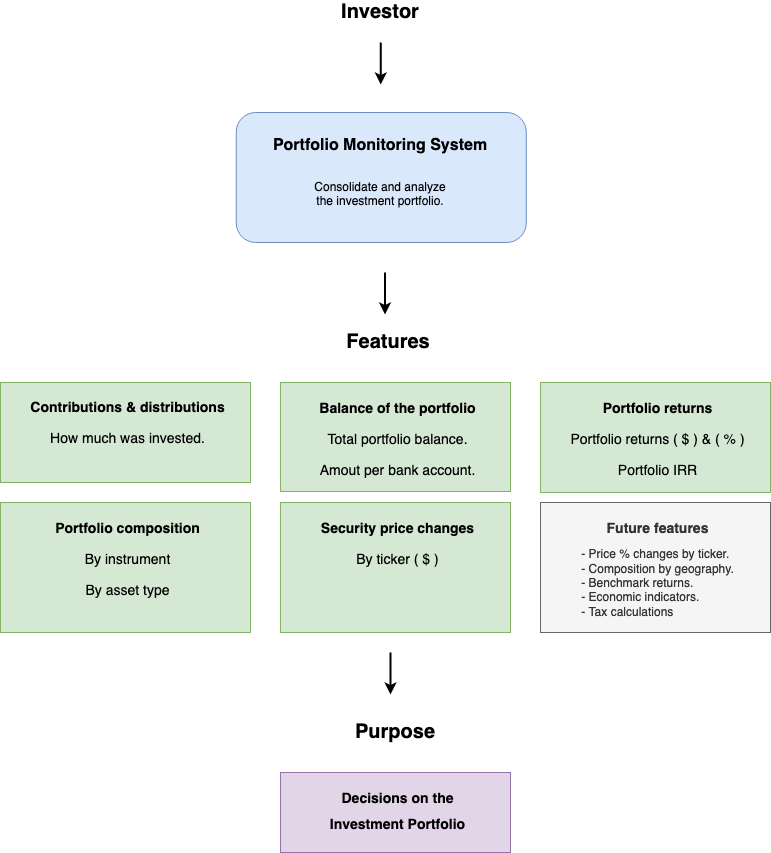
portfedh/portfolio_grafana keeps this draw.io diagram as system_design_charts/system_design_chart-SystemLevel.png. Above is the earlier version. Source tidied: cells renumbered, new cells last; positions are measured from the earlier drawing's top-left corner, leaving out a move shared by most shapes.
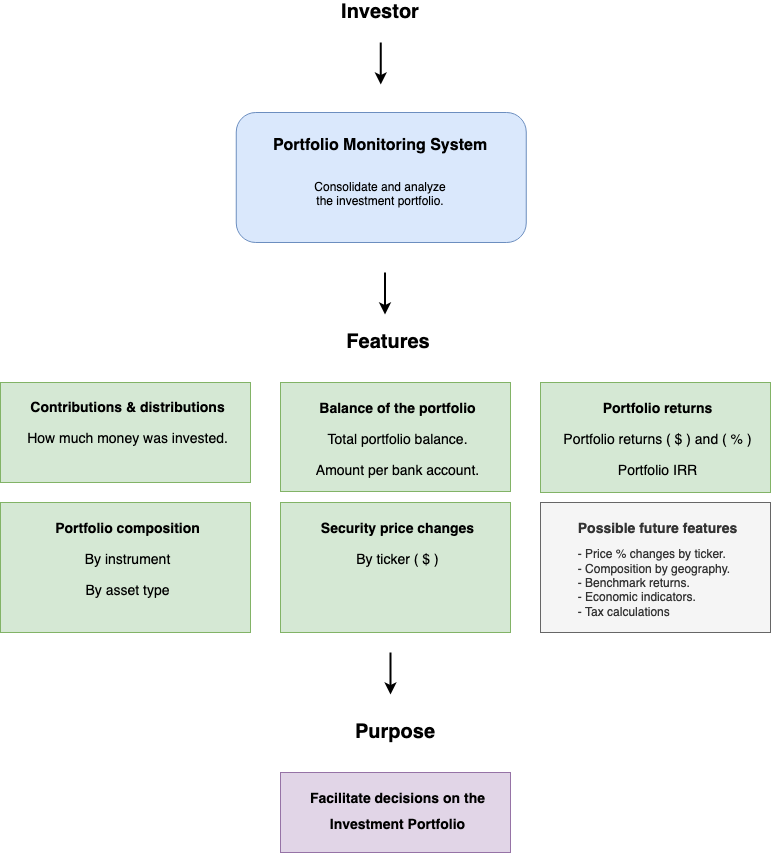
The same file after the commit.

Commit message:
Docs: Update system design charts

Change to the diagram source:
```diff
@@ -8,13 +8,13 @@
     <mxCell id="3" value="&lt;h1 style=&quot;font-size: 16px&quot;&gt;&lt;font style=&quot;font-size: 16px&quot;&gt;Portfolio Monitoring System&lt;/font&gt;&lt;/h1&gt;&lt;div&gt;&lt;br&gt;&lt;/div&gt;&lt;div&gt;Consolidate and analyze&lt;/div&gt;&lt;div&gt;the investment portfolio.&lt;br&gt;&lt;/div&gt;" style="text;html=1;strokeColor=none;fillColor=none;spacing=5;spacingTop=-20;whiteSpace=wrap;overflow=hidden;rounded=0;align=center;" parent="1" vertex="1">
       <mxGeometry x="262.2" y="133" width="235.5" height="119" as="geometry" />
     </mxCell>
-    <mxCell id="4" value="&lt;h1 style=&quot;font-size: 14px&quot; align=&quot;center&quot;&gt;&lt;font style=&quot;font-size: 14px&quot;&gt;Portfolio returns&lt;/font&gt;&lt;/h1&gt;&lt;p style=&quot;font-size: 14px&quot; align=&quot;center&quot;&gt;&lt;font style=&quot;font-size: 14px&quot;&gt;Portfolio returns ( $ ) &amp;amp; ( % )&lt;br&gt;&lt;/font&gt;&lt;/p&gt;&lt;p style=&quot;font-size: 14px&quot; align=&quot;center&quot;&gt;&lt;font style=&quot;font-size: 14px&quot;&gt;Portfolio IRR&lt;br&gt;&lt;/font&gt;&lt;/p&gt;&lt;p style=&quot;font-size: 14px&quot; align=&quot;center&quot;&gt;&lt;font style=&quot;font-size: 14px&quot;&gt;&lt;br&gt;&lt;/font&gt;&lt;/p&gt;" style="text;html=1;spacing=5;spacingTop=0;whiteSpace=wrap;overflow=hidden;rounded=0;fillColor=#d5e8d4;strokeColor=#82b366;spacingLeft=5;align=center;" parent="1" vertex="1">
+    <mxCell id="4" value="&lt;h1 style=&quot;font-size: 14px&quot; align=&quot;center&quot;&gt;&lt;font style=&quot;font-size: 14px&quot;&gt;Portfolio returns&lt;/font&gt;&lt;/h1&gt;&lt;p style=&quot;font-size: 14px&quot; align=&quot;center&quot;&gt;&lt;font style=&quot;font-size: 14px&quot;&gt;Portfolio returns ( $ ) and ( % )&lt;br&gt;&lt;/font&gt;&lt;/p&gt;&lt;p style=&quot;font-size: 14px&quot; align=&quot;center&quot;&gt;&lt;font style=&quot;font-size: 14px&quot;&gt;Portfolio IRR&lt;br&gt;&lt;/font&gt;&lt;/p&gt;&lt;p style=&quot;font-size: 14px&quot; align=&quot;center&quot;&gt;&lt;font style=&quot;font-size: 14px&quot;&gt;&lt;br&gt;&lt;/font&gt;&lt;/p&gt;" style="text;html=1;spacing=5;spacingTop=0;whiteSpace=wrap;overflow=hidden;rounded=0;fillColor=#d5e8d4;strokeColor=#82b366;spacingLeft=5;align=center;" parent="1" vertex="1">
       <mxGeometry x="540" y="380" width="230" height="110" as="geometry" />
     </mxCell>
-    <mxCell id="5" value="&lt;p style=&quot;line-height: 170%&quot; align=&quot;center&quot;&gt;&lt;/p&gt;&lt;h1 style=&quot;font-size: 14px&quot; align=&quot;center&quot;&gt;&lt;font style=&quot;font-size: 14px&quot;&gt;Contributions &amp;amp; distributions&lt;br&gt;&lt;/font&gt;&lt;/h1&gt;&lt;p style=&quot;font-size: 14px&quot; align=&quot;center&quot;&gt;How much was invested&lt;font style=&quot;font-size: 14px&quot;&gt;.&lt;br&gt;&lt;/font&gt;&lt;/p&gt;&lt;p align=&quot;center&quot;&gt;&lt;/p&gt;" style="text;html=1;strokeColor=#82b366;fillColor=#d5e8d4;spacing=1;spacingTop=0;whiteSpace=wrap;overflow=hidden;rounded=0;align=center;spacingLeft=5;" parent="1" vertex="1">
+    <mxCell id="5" value="&lt;p style=&quot;line-height: 170%&quot; align=&quot;center&quot;&gt;&lt;/p&gt;&lt;h1 style=&quot;font-size: 14px&quot; align=&quot;center&quot;&gt;&lt;font style=&quot;font-size: 14px&quot;&gt;Contributions &amp;amp; distributions&lt;br&gt;&lt;/font&gt;&lt;/h1&gt;&lt;p style=&quot;font-size: 14px&quot; align=&quot;center&quot;&gt;How much money was invested&lt;font style=&quot;font-size: 14px&quot;&gt;.&lt;br&gt;&lt;/font&gt;&lt;/p&gt;&lt;p align=&quot;center&quot;&gt;&lt;/p&gt;" style="text;html=1;strokeColor=#82b366;fillColor=#d5e8d4;spacing=1;spacingTop=0;whiteSpace=wrap;overflow=hidden;rounded=0;align=center;spacingLeft=5;" parent="1" vertex="1">
       <mxGeometry y="380" width="250" height="100" as="geometry" />
     </mxCell>
-    <mxCell id="6" value="&lt;h1 style=&quot;font-size: 14px&quot; align=&quot;center&quot;&gt;&lt;font style=&quot;font-size: 14px&quot;&gt;Balance of the portfolio&lt;br&gt;&lt;/font&gt;&lt;/h1&gt;&lt;p style=&quot;font-size: 14px&quot; align=&quot;center&quot;&gt;Total portfolio balance. &lt;br&gt;&lt;/p&gt;&lt;p style=&quot;font-size: 14px&quot; align=&quot;center&quot;&gt;&lt;font style=&quot;font-size: 14px&quot;&gt;Amout per bank account.&lt;br&gt;&lt;/font&gt;&lt;/p&gt;" style="text;html=1;strokeColor=#82b366;fillColor=#d5e8d4;spacing=5;spacingTop=0;whiteSpace=wrap;overflow=hidden;rounded=0;spacingLeft=5;align=center;" parent="1" vertex="1">
+    <mxCell id="6" value="&lt;h1 style=&quot;font-size: 14px&quot; align=&quot;center&quot;&gt;&lt;font style=&quot;font-size: 14px&quot;&gt;Balance of the portfolio&lt;br&gt;&lt;/font&gt;&lt;/h1&gt;&lt;p style=&quot;font-size: 14px&quot; align=&quot;center&quot;&gt;Total portfolio balance. &lt;br&gt;&lt;/p&gt;&lt;p style=&quot;font-size: 14px&quot; align=&quot;center&quot;&gt;&lt;font style=&quot;font-size: 14px&quot;&gt;Amount per bank account.&lt;br&gt;&lt;/font&gt;&lt;/p&gt;" style="text;html=1;strokeColor=#82b366;fillColor=#d5e8d4;spacing=5;spacingTop=0;whiteSpace=wrap;overflow=hidden;rounded=0;spacingLeft=5;align=center;" parent="1" vertex="1">
       <mxGeometry x="280" y="380" width="230" height="109" as="geometry" />
     </mxCell>
     <mxCell id="7" value="&lt;h1 style=&quot;font-size: 14px&quot; align=&quot;center&quot;&gt;&lt;font style=&quot;font-size: 14px&quot;&gt;Portfolio composition&lt;br&gt;&lt;/font&gt;&lt;/h1&gt;&lt;p style=&quot;font-size: 14px&quot; align=&quot;center&quot;&gt;By instrument&lt;br&gt;&lt;/p&gt;&lt;p style=&quot;font-size: 14px&quot; align=&quot;center&quot;&gt;By asset type&lt;/p&gt;&lt;p style=&quot;font-size: 14px&quot; align=&quot;center&quot;&gt;&lt;font style=&quot;font-size: 14px&quot;&gt;&lt;br&gt;&lt;/font&gt;&lt;/p&gt;" style="text;html=1;strokeColor=#82b366;fillColor=#d5e8d4;spacing=5;spacingTop=0;whiteSpace=wrap;overflow=hidden;rounded=0;spacingLeft=5;align=center;" parent="1" vertex="1">
@@ -29,7 +29,7 @@
         <mxPoint x="384.5" y="312" as="targetPoint" />
       </mxGeometry>
     </mxCell>
-    <mxCell id="10" value="&lt;h1 style=&quot;font-size: 14px&quot;&gt;Decisions on the &lt;br&gt;&lt;/h1&gt;&lt;h1 style=&quot;font-size: 14px&quot;&gt;Investment Portfolio&lt;br&gt;&lt;/h1&gt;" style="text;html=1;strokeColor=#9673a6;fillColor=#e1d5e7;spacing=5;spacingTop=0;whiteSpace=wrap;overflow=hidden;rounded=0;spacingLeft=5;align=center;verticalAlign=middle;" parent="1" vertex="1">
+    <mxCell id="10" value="&lt;h1 style=&quot;font-size: 14px&quot;&gt;Facilitate decisions on the &lt;br&gt;&lt;/h1&gt;&lt;h1 style=&quot;font-size: 14px&quot;&gt;Investment Portfolio&lt;br&gt;&lt;/h1&gt;" style="text;html=1;strokeColor=#9673a6;fillColor=#e1d5e7;spacing=5;spacingTop=0;whiteSpace=wrap;overflow=hidden;rounded=0;spacingLeft=5;align=center;verticalAlign=middle;" parent="1" vertex="1">
       <mxGeometry x="280" y="770" width="230" height="80" as="geometry" />
     </mxCell>
     <mxCell id="11" style="endArrow=classic;html=1;entryX=0.5;entryY=0;entryDx=0;entryDy=0;strokeWidth=2;" parent="1" edge="1">
@@ -44,7 +44,7 @@
     <mxCell id="13" value="&lt;font style=&quot;font-size: 20px&quot;&gt;&lt;b&gt;Purpose&lt;/b&gt;&lt;/font&gt;" style="text;html=1;strokeColor=none;fillColor=none;align=center;verticalAlign=middle;whiteSpace=wrap;rounded=0;" parent="1" vertex="1">
       <mxGeometry x="375" y="720" width="40" height="20" as="geometry" />
     </mxCell>
-    <mxCell id="14" value="&lt;h1 style=&quot;font-size: 14px&quot; align=&quot;center&quot;&gt;Future features&lt;font style=&quot;font-size: 14px&quot;&gt;&lt;br&gt;&lt;/font&gt;&lt;/h1&gt;&lt;div align=&quot;left&quot;&gt;- Price % changes by ticker.&lt;br&gt;&lt;/div&gt;&lt;div align=&quot;left&quot;&gt;- Composition by geography.&lt;/div&gt;&lt;div align=&quot;left&quot;&gt;- Benchmark returns.&lt;br&gt;&lt;/div&gt;&lt;div align=&quot;left&quot;&gt;- Economic indicators.&lt;/div&gt;&lt;div align=&quot;left&quot;&gt;- Tax calculations&lt;br&gt;&lt;/div&gt;" style="text;html=1;strokeColor=#666666;fillColor=#f5f5f5;spacing=5;spacingTop=0;whiteSpace=wrap;overflow=hidden;rounded=0;spacingLeft=5;fontColor=#333333;align=center;" parent="1" vertex="1">
+    <mxCell id="14" value="&lt;h1 style=&quot;font-size: 14px&quot; align=&quot;center&quot;&gt;Possible future features&lt;font style=&quot;font-size: 14px&quot;&gt;&lt;br&gt;&lt;/font&gt;&lt;/h1&gt;&lt;div align=&quot;left&quot;&gt;- Price % changes by ticker.&lt;br&gt;&lt;/div&gt;&lt;div align=&quot;left&quot;&gt;- Composition by geography.&lt;/div&gt;&lt;div align=&quot;left&quot;&gt;- Benchmark returns.&lt;br&gt;&lt;/div&gt;&lt;div align=&quot;left&quot;&gt;- Economic indicators.&lt;/div&gt;&lt;div align=&quot;left&quot;&gt;- Tax calculations&lt;br&gt;&lt;/div&gt;" style="text;html=1;strokeColor=#666666;fillColor=#f5f5f5;spacing=5;spacingTop=0;whiteSpace=wrap;overflow=hidden;rounded=0;spacingLeft=5;fontColor=#333333;align=center;" parent="1" vertex="1">
       <mxGeometry x="540" y="500" width="230" height="130" as="geometry" />
     </mxCell>
     <mxCell id="15" value="&lt;font style=&quot;font-size: 20px&quot;&gt;&lt;b&gt;&lt;font style=&quot;font-size: 20px&quot;&gt;Investor&lt;/font&gt;&lt;/b&gt;&lt;/font&gt;" style="text;html=1;strokeColor=none;fillColor=none;align=center;verticalAlign=middle;whiteSpace=wrap;rounded=0;" parent="1" vertex="1">
```
